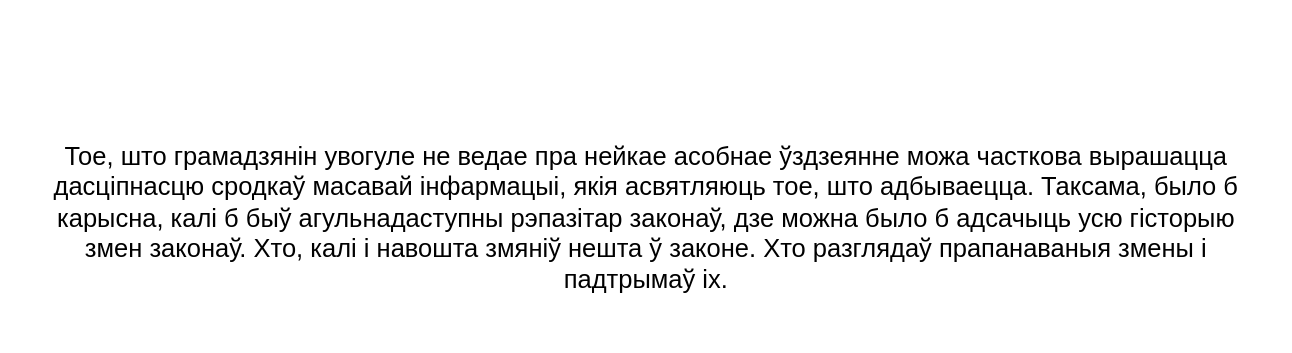
The draw.io diagram page "нататка-1" (2 of 2) of current-reality-tree/Дрэва цяперашняй рэальнасці.drawio in mshurkaeu-public/i-care.by, before the edit. Source tidied: cells renumbered, new cells numbered last; positions are measured from the earlier drawing's top-left corner, leaving out a move shared by most shapes. Both pictures are drawn from the tidied source at 150%, with x=0, y=0 at pixel (26, 132).
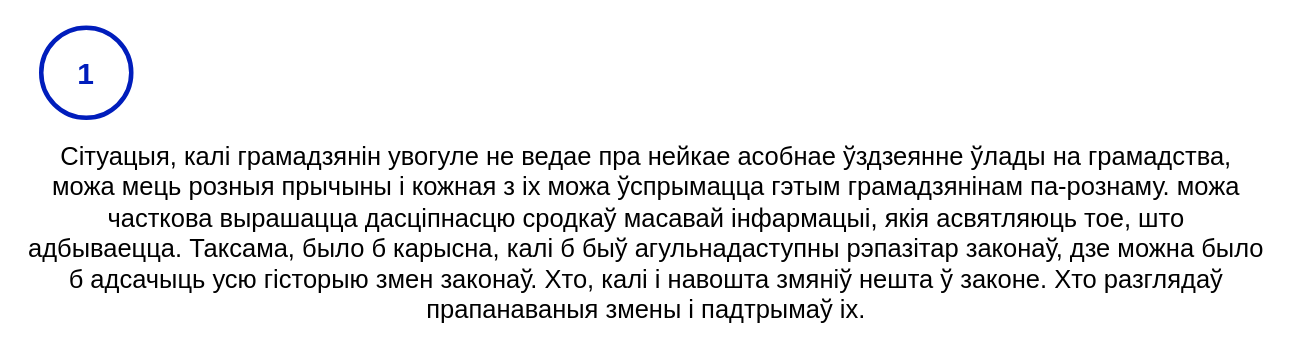
The same page after the edit.

What changed in the source:
```diff
@@
 <mxGraphModel>
   <root>
     <mxCell id="0" />
     <mxCell id="1" parent="0" />
-    <mxCell id="2" value="Тое, што грамадзянін увогуле не ведае пра нейкае асобнае ўздзеянне можа часткова вырашацца дасціпнасцю сродкаў масавай інфармацыі, якія асвятляюць тое, што адбываецца. Таксама, было б карысна, калі б быў агульнадаступны рэпазітар законаў, дзе можна было б адсачыць усю гісторыю змен законаў. Хто, калі і навошта змяніў нешта ў законе. Хто разглядаў прапанаваныя змены і падтрымаў іх." style="text;html=1;strokeColor=none;fillColor=none;align=center;verticalAlign=top;whiteSpace=wrap;rounded=0;fontSize=17;" parent="1" vertex="1">
+    <mxCell id="2" value="Сітуацыя, калі грамадзянін увогуле не ведае пра нейкае асобнае ўздзеянне ўлады на грамадства, можа мець розныя прычыны і кожная з іх можа ўспрымацца гэтым грамадзянінам па-рознаму. можа часткова вырашацца дасціпнасцю сродкаў масавай інфармацыі, якія асвятляюць тое, што адбываецца. Таксама, было б карысна, калі б быў агульнадаступны рэпазітар законаў, дзе можна было б адсачыць усю гісторыю змен законаў. Хто, калі і навошта змяніў нешта ў законе. Хто разглядаў прапанаваныя змены і падтрымаў іх." style="text;html=1;strokeColor=none;fillColor=none;align=center;verticalAlign=top;whiteSpace=wrap;rounded=0;fontSize=17;" parent="1" vertex="1">
       <mxGeometry width="827" height="120" as="geometry" />
     </mxCell>
+    <mxCell id="3" style="verticalLabelPosition=bottom;verticalAlign=top;html=1;shape=mxgraph.flowchart.on-page_reference;strokeWidth=3;fillColor=none;fontColor=#ffffff;strokeColor=#001DBC;comic=0;" parent="1" vertex="1">
+      <mxGeometry x="10" y="-70" width="60" height="60" as="geometry" />
+    </mxCell>
+    <mxCell id="4" value="1" style="text;html=1;strokeColor=none;fillColor=none;align=center;verticalAlign=middle;whiteSpace=wrap;rounded=0;fontColor=#001DBC;fontSize=20;fontStyle=1;" parent="1" vertex="1">
+      <mxGeometry x="10" y="-55" width="60" height="30" as="geometry" />
+    </mxCell>
   </root>
 </mxGraphModel>
```
